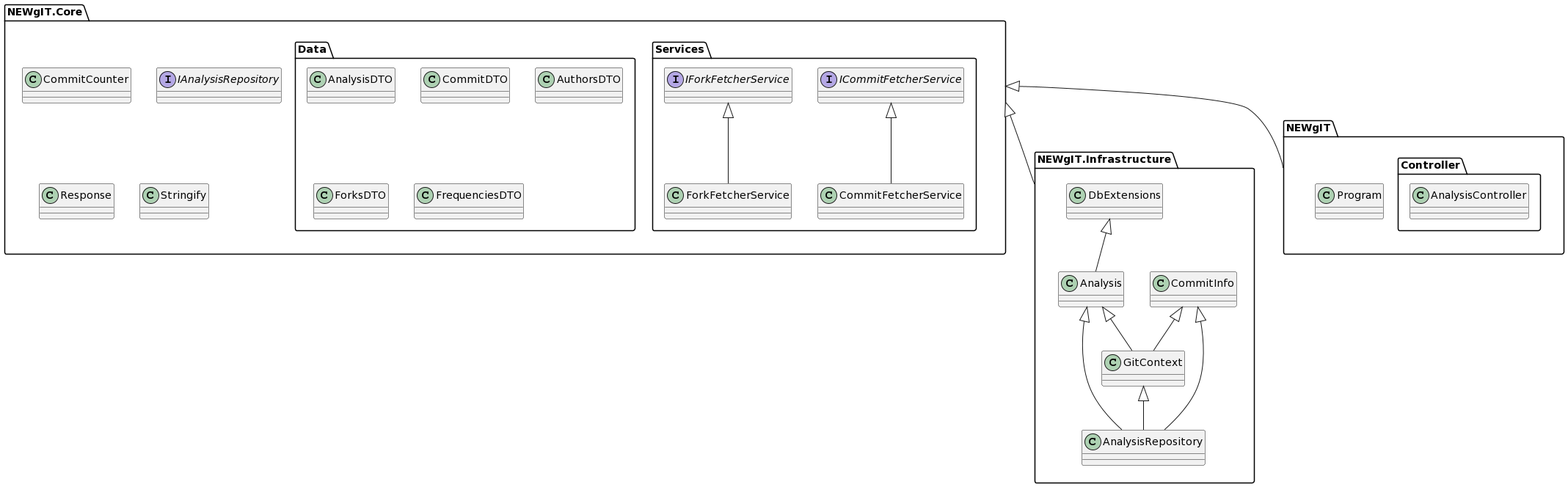
This is images/package_diagram.png from atro-itu/bdsa-project-newgit, a PlantUML export, as it was before one commit. Its diagram source:
```plantuml
@startuml
namespace NEWgIT.Core {
  namespace Services{
    class CommitFetcherService{}
    class ForkFetcherService{}
    interface ICommitFetcherService{}
    interface IForkFetcherService{}
  }
  namespace Data {
    class AnalysisDTO {}
    class CommitDTO{}
    class AuthorsDTO{}
    class ForksDTO{}
    class FrequenciesDTO{}
  }
  class CommitCounter{}
  interface IAnalysisRepository{}
  class Response{}
  class Stringify{}
}

namespace NEWgIT.Infrastructure{
  class Analysis{}
  class AnalysisRepository{}
  class CommitInfo{}
  class DbExtensions{}
  class GitContext{}
}

namespace NEWgIT{
  namespace Controller{
    class AnalysisController{}
  }
  class Program{}
}

NEWgIT.Core <|-- NEWgIT.Infrastructure

NEWgIT.Core.Services.ICommitFetcherService <|-- NEWgIT.Core.Services.CommitFetcherService
NEWgIT.Core.Services.IForkFetcherService <|-- NEWgIT.Core.Services.ForkFetcherService

NEWgIT.Infrastructure.GitContext <|-- NEWgIT.Infrastructure.AnalysisRepository
NEWgIT.Infrastructure.Analysis <|-- NEWgIT.Infrastructure.AnalysisRepository
NEWgIT.Infrastructure.CommitInfo <|-- NEWgIT.Infrastructure.AnalysisRepository
NEWgIT.Infrastructure.DbExtensions <|-- NEWgIT.Infrastructure.Analysis
NEWgIT.Infrastructure.Analysis <|-- NEWgIT.Infrastructure.GitContext
NEWgIT.Infrastructure.CommitInfo <|-- NEWgIT.Infrastructure.GitContext

NEWgIT.Core <|-- NEWgIT
@enduml
```
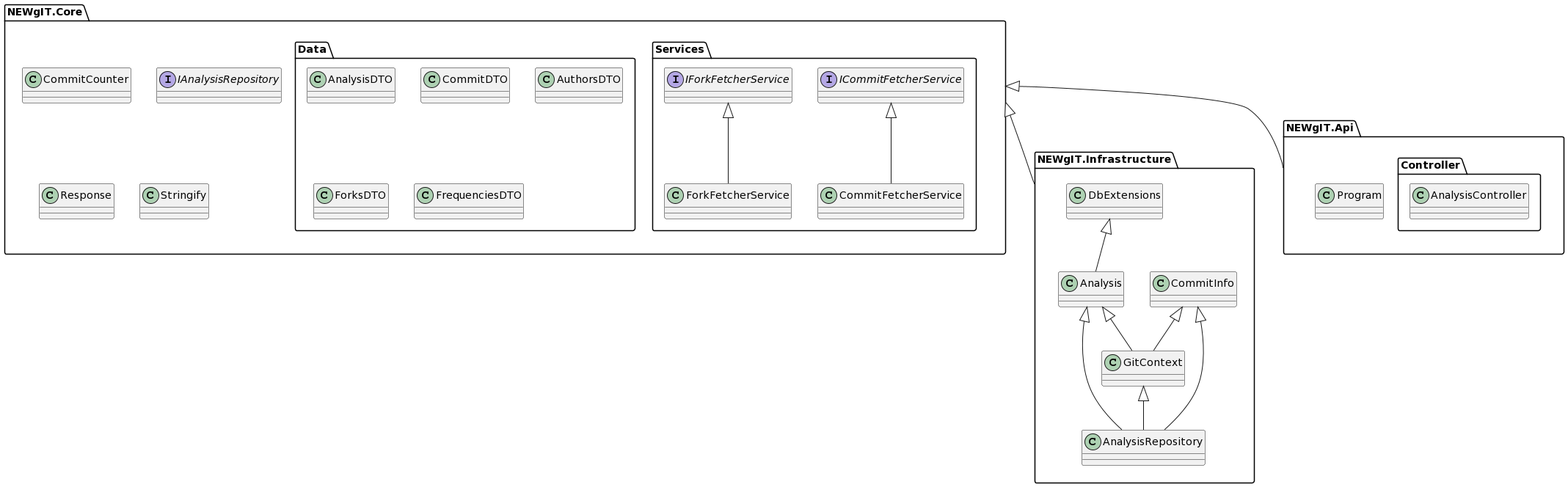
After the commit.

What changed in the source:
```diff
@@ -27,7 +27,7 @@
   class GitContext{}
 }
 
-namespace NEWgIT{
+namespace NEWgIT.Api{
   namespace Controller{
     class AnalysisController{}
   }
@@ -46,5 +46,5 @@
 NEWgIT.Infrastructure.Analysis <|-- NEWgIT.Infrastructure.GitContext
 NEWgIT.Infrastructure.CommitInfo <|-- NEWgIT.Infrastructure.GitContext
 
-NEWgIT.Core <|-- NEWgIT
+NEWgIT.Core <|-- NEWgIT.Api
 @enduml
```
